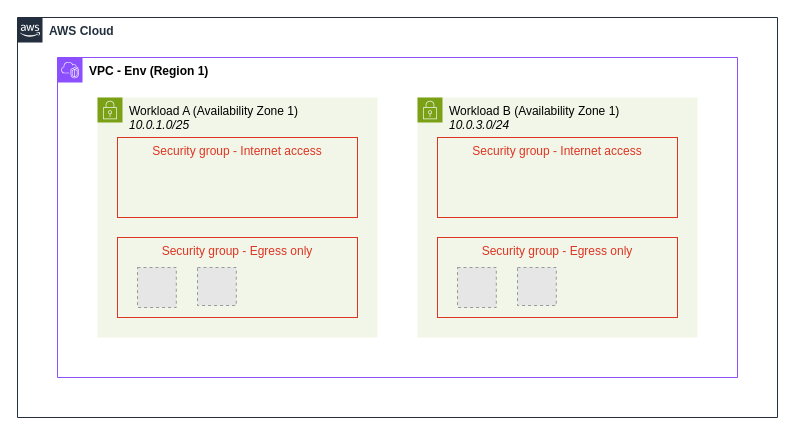
Earlier version of the draw.io diagram docs/Network.drawio (kowaltz/infrastructure). Source tidied: cells renumbered, new cells numbered last; positions are measured from the earlier drawing's top-left corner, leaving out a move shared by most shapes. Both pictures are drawn from the tidied source at 100%, with x=0, y=0 at pixel (17, 17). Pictures stored in the file or linked from it are replaced by grey dashed boxes.
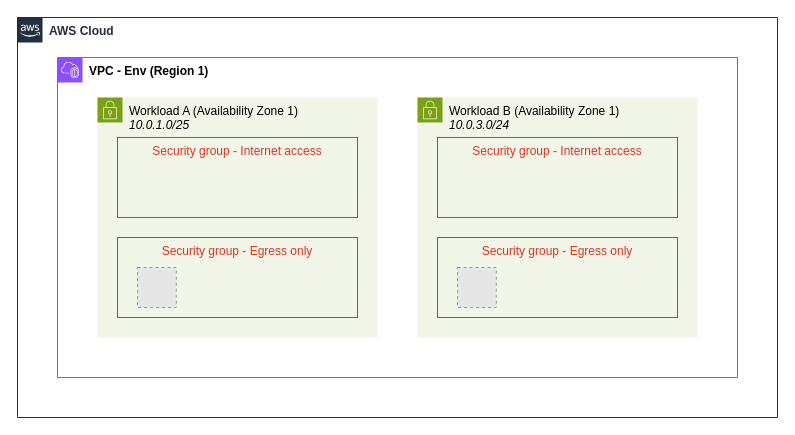
The same diagram, later.

Commit message (it also covers changes not shown here):
Feature: Network env infra

Diff of the diagram source:
```diff
@@
 <mxGraphModel>
   <root>
     <mxCell id="0" />
     <mxCell id="1" parent="0" />
     <mxCell id="2" value="&lt;b&gt;AWS Cloud&lt;/b&gt;" style="gradientColor=none;html=1;whiteSpace=wrap;fontSize=12;fontStyle=0;shape=mxgraph.aws4.group;grIcon=mxgraph.aws4.group_aws_cloud_alt;strokeColor=#232F3E;fillColor=none;verticalAlign=top;align=left;spacingLeft=30;fontColor=#232F3E;dashed=0;" parent="1" vertex="1">
       <mxGeometry width="760" height="400" as="geometry" />
     </mxCell>
     <mxCell id="3" value="&lt;b&gt;VPC - Env (Region 1)&lt;/b&gt;" style="gradientColor=none;html=1;whiteSpace=wrap;fontSize=12;fontStyle=0;shape=mxgraph.aws4.group;grIcon=mxgraph.aws4.group_vpc2;strokeColor=#8C4FFF;fillColor=none;verticalAlign=top;align=left;spacingLeft=30;fontColor=#000000;dashed=0;" parent="1" vertex="1">
       <mxGeometry x="40" y="40" width="680" height="320" as="geometry" />
     </mxCell>
     <mxCell id="4" value="Workload A (Availability Zone 1)&lt;br&gt;&lt;i&gt;10.0.1.0/25&lt;/i&gt;" style="gradientColor=none;html=1;whiteSpace=wrap;fontSize=12;fontStyle=0;shape=mxgraph.aws4.group;grIcon=mxgraph.aws4.group_security_group;grStroke=0;strokeColor=#7AA116;fillColor=#F2F6E8;verticalAlign=top;align=left;spacingLeft=30;fontColor=#000000;dashed=0;" parent="3" vertex="1">
       <mxGeometry x="40" y="40" width="280" height="240" as="geometry" />
     </mxCell>
     <mxCell id="5" value="Security group - Egress only" style="fillColor=none;strokeColor=#DD3522;verticalAlign=top;fontStyle=0;fontColor=#DD3522;whiteSpace=wrap;html=1;" parent="4" vertex="1">
       <mxGeometry x="20" y="140" width="240" height="80" as="geometry" />
     </mxCell>
     <mxCell id="6" value="Security group - Internet access" style="fillColor=none;strokeColor=#DD3522;verticalAlign=top;fontStyle=0;fontColor=#DD3522;whiteSpace=wrap;html=1;" parent="4" vertex="1">
       <mxGeometry x="20" y="40" width="240" height="80" as="geometry" />
     </mxCell>
-    <mxCell id="7" style="fillColor=#E6E6E6;strokeColor=#999999;dashed=1;verticalLabelPosition=bottom;labelBackgroundColor=default;verticalAlign=top;" parent="4" vertex="1">
-      <mxGeometry x="100" y="170" width="38.8" height="38" as="geometry" />
-    </mxCell>
     <mxCell id="8" style="fillColor=#E6E6E6;strokeColor=#999999;dashed=1;verticalLabelPosition=bottom;labelBackgroundColor=default;verticalAlign=top;" parent="4" vertex="1">
       <mxGeometry x="40" y="170" width="38.8" height="40" as="geometry" />
     </mxCell>
     <mxCell id="9" value="Workload B (Availability Zone 1)&lt;br&gt;&lt;i&gt;10.0.3.0/24&lt;/i&gt;" style="gradientColor=none;html=1;whiteSpace=wrap;fontSize=12;fontStyle=0;shape=mxgraph.aws4.group;grIcon=mxgraph.aws4.group_security_group;grStroke=0;strokeColor=#7AA116;fillColor=#F2F6E8;verticalAlign=top;align=left;spacingLeft=30;fontColor=#000000;dashed=0;" parent="3" vertex="1">
       <mxGeometry x="360" y="40" width="280" height="240" as="geometry" />
     </mxCell>
     <mxCell id="10" value="Security group - Egress only" style="fillColor=none;strokeColor=#DD3522;verticalAlign=top;fontStyle=0;fontColor=#DD3522;whiteSpace=wrap;html=1;" parent="9" vertex="1">
       <mxGeometry x="20" y="140" width="240" height="80" as="geometry" />
     </mxCell>
     <mxCell id="11" value="Security group - Internet access" style="fillColor=none;strokeColor=#DD3522;verticalAlign=top;fontStyle=0;fontColor=#DD3522;whiteSpace=wrap;html=1;" parent="9" vertex="1">
       <mxGeometry x="20" y="40" width="240" height="80" as="geometry" />
     </mxCell>
-    <mxCell id="12" style="fillColor=#E6E6E6;strokeColor=#999999;dashed=1;verticalLabelPosition=bottom;labelBackgroundColor=default;verticalAlign=top;" parent="9" vertex="1">
-      <mxGeometry x="100" y="170" width="38.8" height="38" as="geometry" />
-    </mxCell>
     <mxCell id="13" style="fillColor=#E6E6E6;strokeColor=#999999;dashed=1;verticalLabelPosition=bottom;labelBackgroundColor=default;verticalAlign=top;" parent="9" vertex="1">
       <mxGeometry x="40" y="170" width="38.8" height="40" as="geometry" />
     </mxCell>
   </root>
 </mxGraphModel>
```
